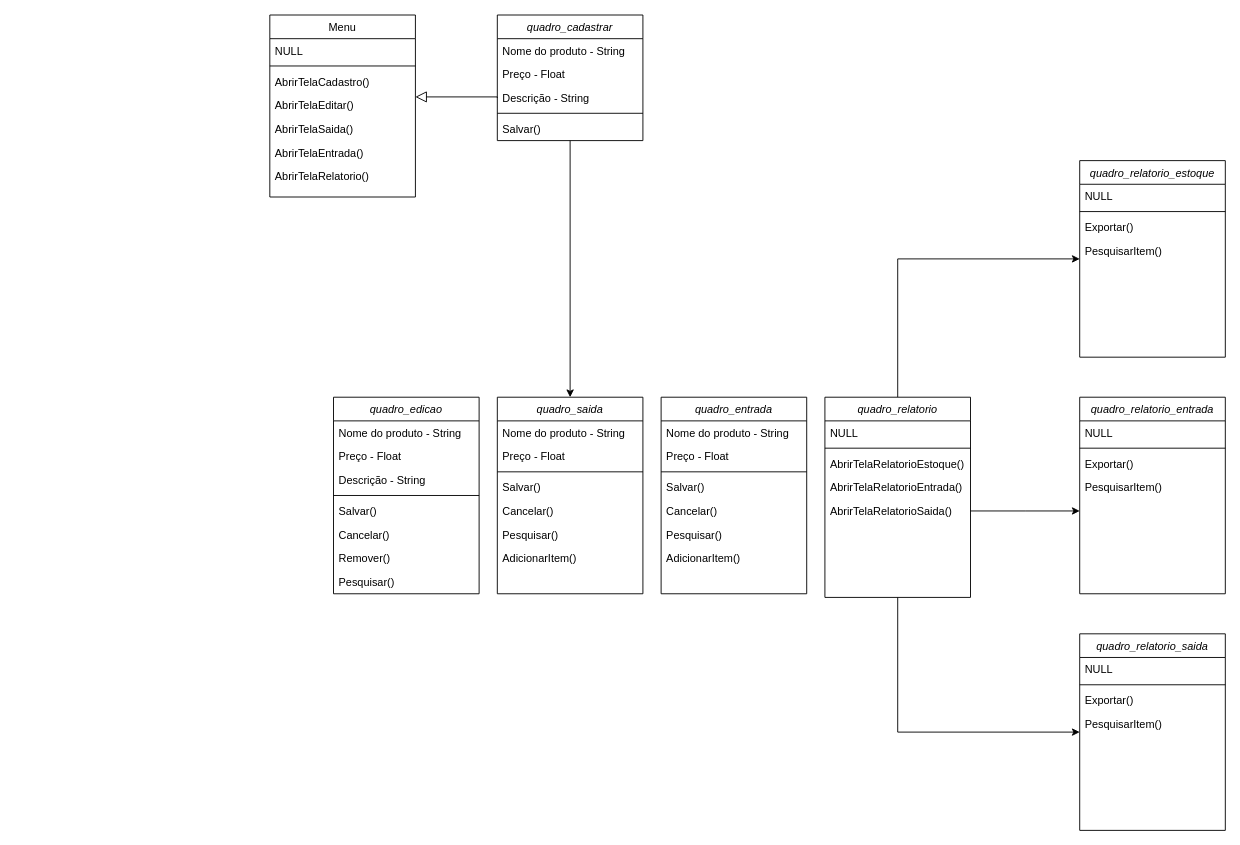
Above: Diagrama sem nome.drawio in joaz0/Projeto_Gerenciador_Estoque_Python (draw.io), before the change. Source tidied: cells renumbered, new cells numbered last; positions are measured from the earlier drawing's top-left corner, leaving out a move shared by most shapes. Both pictures are drawn from the tidied source at 91%, with x=0, y=0 at pixel (269, 15).
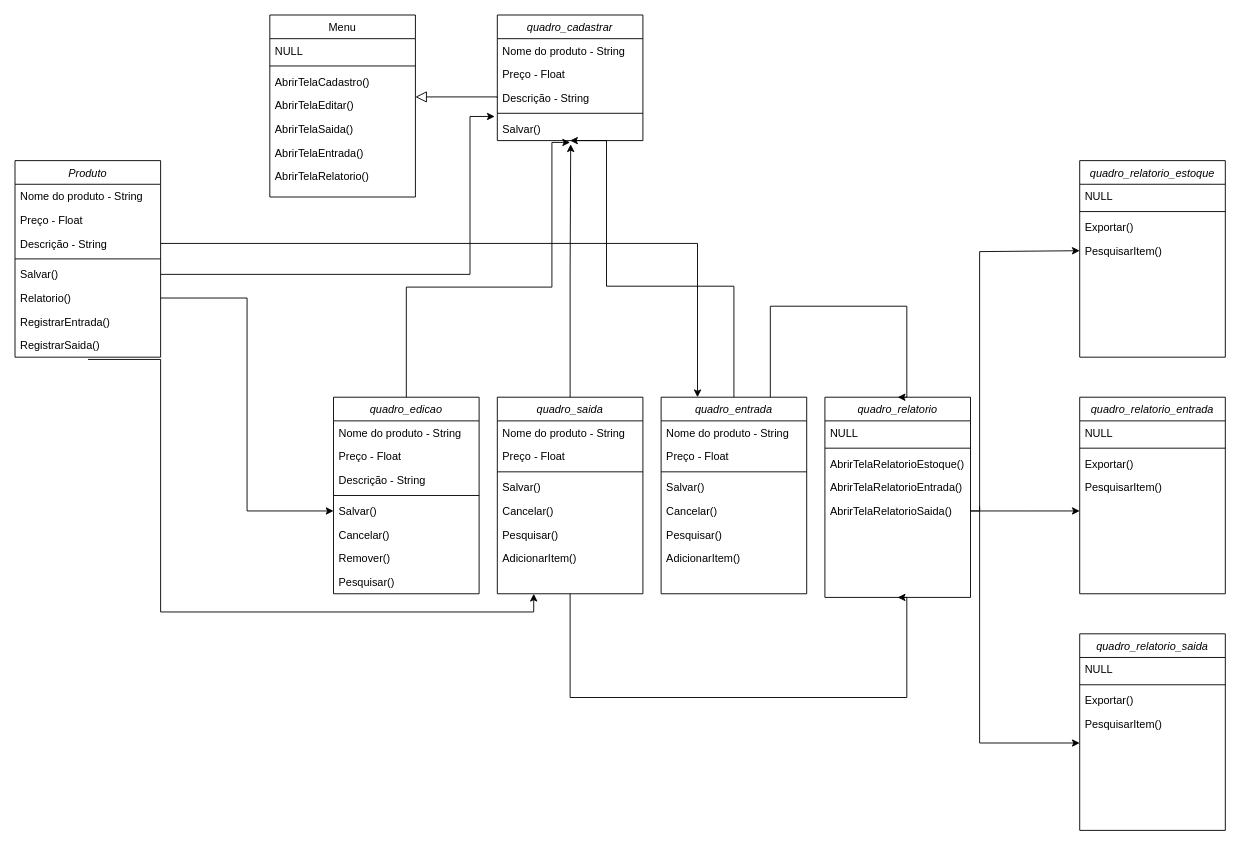
Above is the later version.

Unchanged cells that the change refers to:
```xml
<mxCell id="12" value="quadro_cadastrar" style="swimlane;fontStyle=2;align=center;verticalAlign=top;horizontal=1;startSize=26;rounded=0;shadow=0;strokeWidth=1;" parent="1" vertex="1">
  <mxGeometry x="250" width="160" height="138" as="geometry" />
</mxCell>
<mxCell id="17" value="Salvar()" style="text;align=left;verticalAlign=top;spacingLeft=4;spacingRight=4;overflow=hidden;points=[[0,0.5],[1,0.5]];portConstraint=eastwest;" parent="12" vertex="1">
  <mxGeometry y="112" width="160" height="26" as="geometry" />
</mxCell>
<mxCell id="18" value="quadro_edicao" style="swimlane;fontStyle=2;align=center;verticalAlign=top;horizontal=1;startSize=26;rounded=0;shadow=0;strokeWidth=1;" parent="1" vertex="1">
  <mxGeometry x="70" y="420" width="160" height="216" as="geometry" />
</mxCell>
<mxCell id="23" value="Salvar()" style="text;align=left;verticalAlign=top;spacingLeft=4;spacingRight=4;overflow=hidden;points=[[0,0.5],[1,0.5]];portConstraint=eastwest;" parent="18" vertex="1">
  <mxGeometry y="112" width="160" height="26" as="geometry" />
</mxCell>
<mxCell id="27" value="quadro_saida" style="swimlane;fontStyle=2;align=center;verticalAlign=top;horizontal=1;startSize=26;rounded=0;shadow=0;strokeWidth=1;" parent="1" vertex="1">
  <mxGeometry x="250" y="420" width="160" height="216" as="geometry" />
</mxCell>
<mxCell id="35" value="quadro_entrada" style="swimlane;fontStyle=2;align=center;verticalAlign=top;horizontal=1;startSize=26;rounded=0;shadow=0;strokeWidth=1;" parent="1" vertex="1">
  <mxGeometry x="430" y="420" width="160" height="216" as="geometry" />
</mxCell>
<mxCell id="45" value="quadro_relatorio" style="swimlane;fontStyle=2;align=center;verticalAlign=top;horizontal=1;startSize=26;rounded=0;shadow=0;strokeWidth=1;" parent="1" vertex="1">
  <mxGeometry x="610" y="420" width="160" height="220" as="geometry" />
</mxCell>
<mxCell id="51" value="AbrirTelaRelatorioSaida()" style="text;align=left;verticalAlign=top;spacingLeft=4;spacingRight=4;overflow=hidden;points=[[0,0.5],[1,0.5]];portConstraint=eastwest;" parent="45" vertex="1">
  <mxGeometry y="112" width="160" height="26" as="geometry" />
</mxCell>
<mxCell id="57" value="quadro_relatorio_estoque" style="swimlane;fontStyle=2;align=center;verticalAlign=top;horizontal=1;startSize=26;rounded=0;shadow=0;strokeWidth=1;" parent="1" vertex="1">
  <mxGeometry x="890" y="160" width="160" height="216" as="geometry" />
</mxCell>
<mxCell id="61" value="PesquisarItem()" style="text;align=left;verticalAlign=top;spacingLeft=4;spacingRight=4;overflow=hidden;points=[[0,0.5],[1,0.5]];portConstraint=eastwest;" parent="57" vertex="1">
  <mxGeometry y="86" width="160" height="26" as="geometry" />
</mxCell>
<mxCell id="62" value="quadro_relatorio_saida" style="swimlane;fontStyle=2;align=center;verticalAlign=top;horizontal=1;startSize=26;rounded=0;shadow=0;strokeWidth=1;" parent="1" vertex="1">
  <mxGeometry x="890" y="680" width="160" height="216" as="geometry" />
</mxCell>
```

Change to the diagram source:
```diff
@@
-    <mxCell id="11" style="edgeStyle=orthogonalEdgeStyle;rounded=0;jettySize=auto;html=1;entryX=0.5;entryY=0;entryDx=0;entryDy=0;" parent="1" edge="1" source="12" target="27">
-      <mxGeometry relative="1" as="geometry" />
-    </mxCell>
@@
-    <mxCell id="43" style="edgeStyle=orthogonalEdgeStyle;rounded=0;jettySize=auto;html=1;entryX=0;entryY=0.5;entryDx=0;entryDy=0;" parent="1" edge="1" source="45" target="62">
+    <mxCell id="43" style="edgeStyle=orthogonalEdgeStyle;rounded=0;orthogonalLoop=1;jettySize=auto;html=1;" parent="1" edge="1">
       <mxGeometry relative="1" as="geometry">
+        <mxPoint x="780" y="540" as="sourcePoint" />
+        <mxPoint x="890" y="800" as="targetPoint" />
         <Array as="points">
-          <mxPoint x="690" y="788" />
+          <mxPoint x="780" y="800" />
         </Array>
       </mxGeometry>
     </mxCell>
-    <mxCell id="44" style="edgeStyle=orthogonalEdgeStyle;rounded=0;jettySize=auto;html=1;exitX=0.5;exitY=0;exitDx=0;exitDy=0;entryX=0;entryY=0.5;entryDx=0;entryDy=0;" parent="1" edge="1" source="45" target="57">
+    <mxCell id="44" style="edgeStyle=orthogonalEdgeStyle;rounded=0;jettySize=auto;html=1;exitX=1;exitY=0.5;exitDx=0;exitDy=0;entryX=0;entryY=0.5;entryDx=0;entryDy=0;" parent="1" edge="1" source="51" target="61">
       <mxGeometry relative="1" as="geometry">
         <Array as="points">
-          <mxPoint x="690" y="268" />
+          <mxPoint x="780" y="545" />
+          <mxPoint x="780" y="260" />
+          <mxPoint x="890" y="260" />
         </Array>
       </mxGeometry>
     </mxCell>
@@
+    <mxCell id="11" style="edgeStyle=orthogonalEdgeStyle;rounded=0;jettySize=auto;html=1;exitX=0.5;exitY=0;exitDx=0;exitDy=0;entryX=0.504;entryY=1.156;entryDx=0;entryDy=0;entryPerimeter=0;" parent="1" edge="1" source="27" target="17">
+      <mxGeometry relative="1" as="geometry">
+        <Array as="points">
+          <mxPoint x="330" y="280" />
+          <mxPoint x="331" y="280" />
+        </Array>
+      </mxGeometry>
+    </mxCell>
+    <mxCell id="67" style="edgeStyle=orthogonalEdgeStyle;rounded=0;jettySize=auto;html=1;exitX=0.5;exitY=0;exitDx=0;exitDy=0;" parent="1" edge="1" source="35">
+      <mxGeometry relative="1" as="geometry">
+        <mxPoint x="330" y="138" as="targetPoint" />
+        <Array as="points">
+          <mxPoint x="510" y="298" />
+          <mxPoint x="370" y="298" />
+          <mxPoint x="370" y="138" />
+        </Array>
+      </mxGeometry>
+    </mxCell>
+    <mxCell id="68" style="edgeStyle=orthogonalEdgeStyle;rounded=0;jettySize=auto;html=1;exitX=0.5;exitY=0;exitDx=0;exitDy=0;entryX=0.5;entryY=1.077;entryDx=0;entryDy=0;entryPerimeter=0;" parent="1" edge="1" source="18" target="17">
+      <mxGeometry relative="1" as="geometry">
+        <Array as="points">
+          <mxPoint x="150" y="299" />
+          <mxPoint x="310" y="299" />
+          <mxPoint x="310" y="140" />
+        </Array>
+      </mxGeometry>
+    </mxCell>
+    <mxCell id="69" style="edgeStyle=orthogonalEdgeStyle;rounded=0;jettySize=auto;html=1;exitX=0.5;exitY=1;exitDx=0;exitDy=0;" parent="1" edge="1" source="27">
+      <mxGeometry relative="1" as="geometry">
+        <mxPoint x="690" y="640" as="targetPoint" />
+        <Array as="points">
+          <mxPoint x="330" y="750" />
+          <mxPoint x="700" y="750" />
+          <mxPoint x="700" y="640" />
+        </Array>
+      </mxGeometry>
+    </mxCell>
+    <mxCell id="70" style="edgeStyle=orthogonalEdgeStyle;rounded=0;jettySize=auto;html=1;exitX=0.75;exitY=0;exitDx=0;exitDy=0;entryX=0.5;entryY=0;entryDx=0;entryDy=0;" parent="1" edge="1" source="35" target="45">
+      <mxGeometry relative="1" as="geometry">
+        <Array as="points">
+          <mxPoint x="550" y="320" />
+          <mxPoint x="700" y="320" />
+          <mxPoint x="700" y="420" />
+        </Array>
+      </mxGeometry>
+    </mxCell>
+    <mxCell id="71" value="Produto" style="swimlane;fontStyle=2;align=center;verticalAlign=top;horizontal=1;startSize=26;rounded=0;shadow=0;strokeWidth=1;" parent="1" vertex="1">
+      <mxGeometry x="-280" y="160" width="160" height="216" as="geometry" />
+    </mxCell>
+    <mxCell id="72" value="Nome do produto - String" style="text;align=left;verticalAlign=top;spacingLeft=4;spacingRight=4;overflow=hidden;" parent="71" vertex="1">
+      <mxGeometry y="26" width="160" height="26" as="geometry" />
+    </mxCell>
+    <mxCell id="73" value="Preço - Float" style="text;align=left;verticalAlign=top;spacingLeft=4;spacingRight=4;overflow=hidden;rounded=0;shadow=0;html=0;" parent="71" vertex="1">
+      <mxGeometry y="52" width="160" height="26" as="geometry" />
+    </mxCell>
+    <mxCell id="74" value="Descrição - String" style="text;align=left;verticalAlign=top;spacingLeft=4;spacingRight=4;overflow=hidden;points=[[0,0.5],[1,0.5]];portConstraint=eastwest;rounded=0;shadow=0;html=0;" parent="71" vertex="1">
+      <mxGeometry y="78" width="160" height="26" as="geometry" />
+    </mxCell>
+    <mxCell id="75" style="line;html=1;strokeWidth=1;align=left;verticalAlign=middle;spacingTop=-1;spacingLeft=3;spacingRight=3;labelPosition=right;" parent="71" vertex="1">
+      <mxGeometry y="104" width="160" height="8" as="geometry" />
+    </mxCell>
+    <mxCell id="76" value="Salvar()" style="text;align=left;verticalAlign=top;spacingLeft=4;spacingRight=4;overflow=hidden;points=[[0,0.5],[1,0.5]];portConstraint=eastwest;" parent="71" vertex="1">
+      <mxGeometry y="112" width="160" height="26" as="geometry" />
+    </mxCell>
+    <mxCell id="77" value="Relatorio()" style="text;align=left;verticalAlign=top;spacingLeft=4;spacingRight=4;overflow=hidden;points=[[0,0.5],[1,0.5]];portConstraint=eastwest;" parent="71" vertex="1">
+      <mxGeometry y="138" width="160" height="26" as="geometry" />
+    </mxCell>
+    <mxCell id="78" value="RegistrarEntrada()" style="text;align=left;verticalAlign=top;spacingLeft=4;spacingRight=4;overflow=hidden;" parent="71" vertex="1">
+      <mxGeometry y="164" width="160" height="26" as="geometry" />
+    </mxCell>
+    <mxCell id="79" value="RegistrarSaida()" style="text;align=left;verticalAlign=top;spacingLeft=4;spacingRight=4;overflow=hidden;points=[[0,0.5],[1,0.5]];portConstraint=eastwest;" parent="71" vertex="1">
+      <mxGeometry y="190" width="160" height="26" as="geometry" />
+    </mxCell>
+    <mxCell id="80" style="edgeStyle=orthogonalEdgeStyle;rounded=0;jettySize=auto;html=1;entryX=0.25;entryY=1;entryDx=0;entryDy=0;exitX=0.501;exitY=1.097;exitDx=0;exitDy=0;exitPerimeter=0;" parent="1" edge="1" source="79" target="27">
+      <mxGeometry relative="1" as="geometry">
+        <Array as="points">
+          <mxPoint x="-120" y="656" />
+          <mxPoint x="290" y="656" />
+        </Array>
+      </mxGeometry>
+    </mxCell>
+    <mxCell id="81" style="edgeStyle=orthogonalEdgeStyle;rounded=0;jettySize=auto;html=1;entryX=0.25;entryY=0;entryDx=0;entryDy=0;" parent="1" edge="1" source="74" target="35">
+      <mxGeometry relative="1" as="geometry" />
+    </mxCell>
+    <mxCell id="82" style="edgeStyle=orthogonalEdgeStyle;rounded=0;jettySize=auto;html=1;exitX=1;exitY=0.5;exitDx=0;exitDy=0;entryX=0;entryY=0.5;entryDx=0;entryDy=0;" parent="1" edge="1" source="77" target="23">
+      <mxGeometry relative="1" as="geometry" />
+    </mxCell>
+    <mxCell id="83" style="edgeStyle=orthogonalEdgeStyle;rounded=0;jettySize=auto;html=1;entryX=-0.018;entryY=-0.02;entryDx=0;entryDy=0;entryPerimeter=0;" parent="1" edge="1" source="76" target="17">
+      <mxGeometry relative="1" as="geometry">
+        <Array as="points">
+          <mxPoint x="220" y="285" />
+          <mxPoint x="220" y="111" />
+        </Array>
+      </mxGeometry>
+    </mxCell>
```
